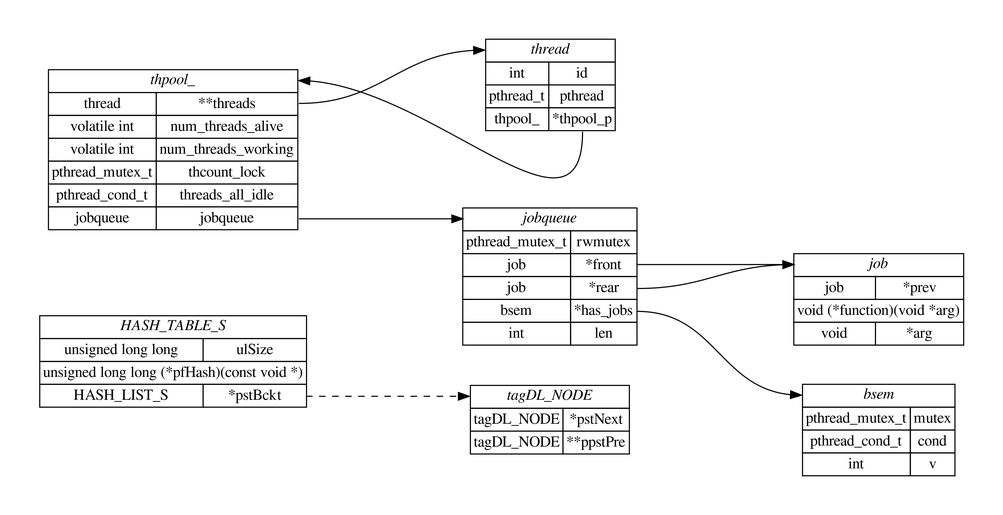
Earlier version of the Graphviz export out.png (Pursue26/c-struct-graphviz). Its source is kept beside it as out.dot.
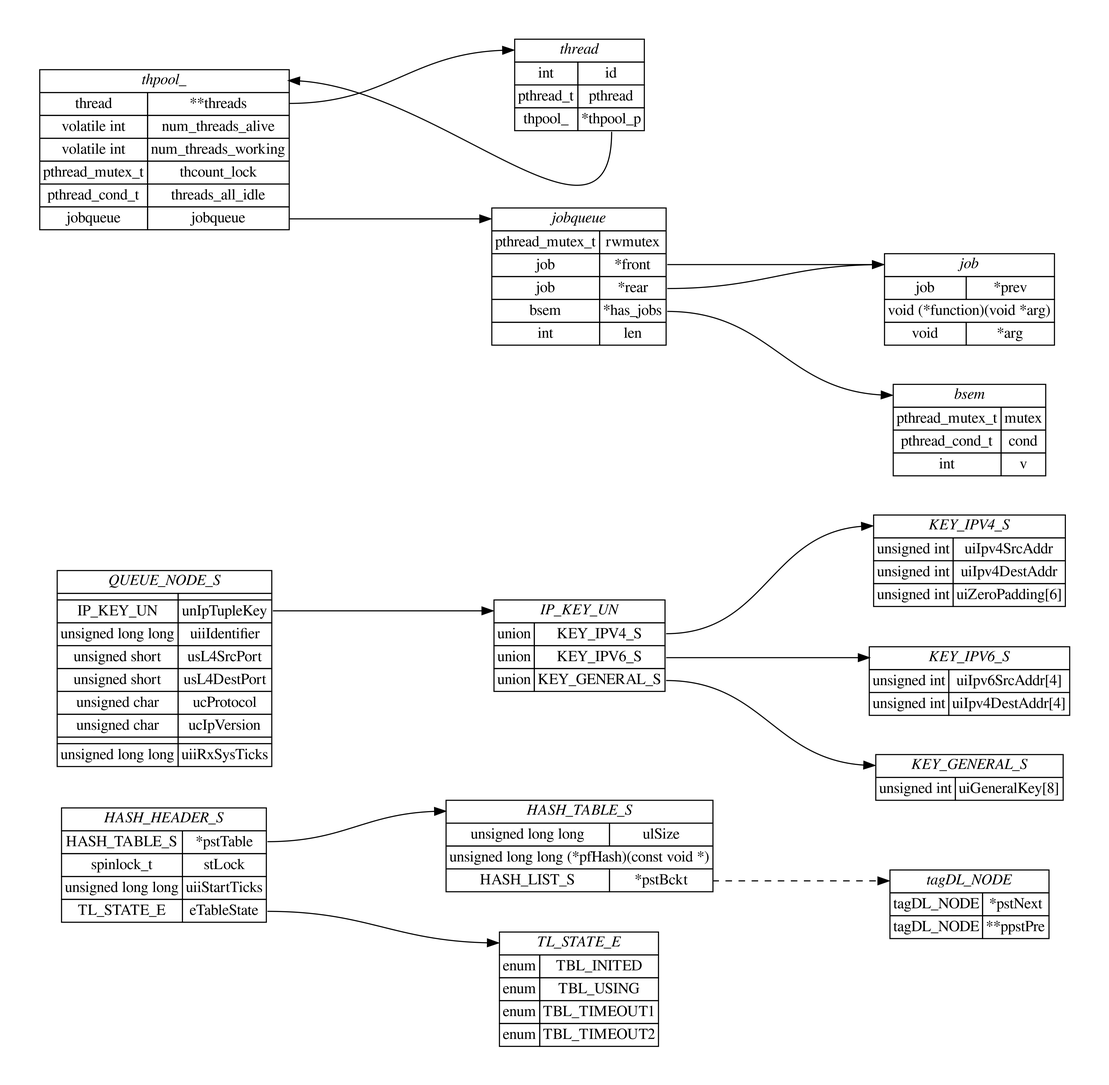
The same file after the commit.

What changed in the source:
```diff
@@ -14,6 +14,60 @@
     <tr><td>unsigned long long</td><td port="ulSize">ulSize</td></tr>
     <tr><td colspan="2" port="pfHash">unsigned long long (*pfHash)(const void *)</td></tr>
     <tr><td>HASH_LIST_S</td><td port="_pstBckt">*pstBckt</td></tr>
+    </table>>];
+    HASH_HEADER_S [label=<
+        <table border="0" cellborder="1" cellspacing="0">
+        <tr><td colspan="2" port="head"><i>HASH_HEADER_S</i></td></tr>
+    <tr><td>HASH_TABLE_S</td><td port="_pstTable">*pstTable</td></tr>
+    <tr><td>spinlock_t</td><td port="stLock">stLock</td></tr>
+    <tr><td>unsigned long long</td><td port="uiiStartTicks">uiiStartTicks</td></tr>
+    <tr><td>TL_STATE_E</td><td port="eTableState">eTableState</td></tr>
+    </table>>];
+    QUEUE_NODE_S [label=<
+        <table border="0" cellborder="1" cellspacing="0">
+        <tr><td colspan="2" port="head"><i>QUEUE_NODE_S</i></td></tr>
+    <tr><td></td><td port=""></td></tr>
+    <tr><td>IP_KEY_UN</td><td port="unIpTupleKey">unIpTupleKey</td></tr>
+    <tr><td>unsigned long long</td><td port="uiiIdentifier">uiiIdentifier</td></tr>
+    <tr><td>unsigned short</td><td port="usL4SrcPort">usL4SrcPort</td></tr>
+    <tr><td>unsigned short</td><td port="usL4DestPort">usL4DestPort</td></tr>
+    <tr><td>unsigned char</td><td port="ucProtocol">ucProtocol</td></tr>
+    <tr><td>unsigned char</td><td port="ucIpVersion">ucIpVersion</td></tr>
+    <tr><td></td><td port=""></td></tr>
+    <tr><td>unsigned long long</td><td port="uiiRxSysTicks">uiiRxSysTicks</td></tr>
+    </table>>];
+    IP_KEY_UN [label=<
+        <table border="0" cellborder="1" cellspacing="0">
+        <tr><td colspan="2" port="head"><i>IP_KEY_UN</i></td></tr>
+    <tr><td>union</td><td port="KEY_IPV4_S">KEY_IPV4_S</td></tr>
+    <tr><td>union</td><td port="KEY_IPV6_S">KEY_IPV6_S</td></tr>
+    <tr><td>union</td><td port="KEY_GENERAL_S">KEY_GENERAL_S</td></tr>
+    </table>>];
+    KEY_GENERAL_S [label=<
+        <table border="0" cellborder="1" cellspacing="0">
+        <tr><td colspan="2" port="head"><i>KEY_GENERAL_S</i></td></tr>
+    <tr><td>unsigned int</td><td port="uiGeneralKey_8_">uiGeneralKey[8]</td></tr>
+    </table>>];
+    KEY_IPV6_S [label=<
+        <table border="0" cellborder="1" cellspacing="0">
+        <tr><td colspan="2" port="head"><i>KEY_IPV6_S</i></td></tr>
+    <tr><td>unsigned int</td><td port="uiIpv6SrcAddr_4_">uiIpv6SrcAddr[4]</td></tr>
+    <tr><td>unsigned int</td><td port="uiIpv4DestAddr_4_">uiIpv4DestAddr[4]</td></tr>
+    </table>>];
+    KEY_IPV4_S [label=<
+        <table border="0" cellborder="1" cellspacing="0">
+        <tr><td colspan="2" port="head"><i>KEY_IPV4_S</i></td></tr>
+    <tr><td>unsigned int</td><td port="uiIpv4SrcAddr">uiIpv4SrcAddr</td></tr>
+    <tr><td>unsigned int</td><td port="uiIpv4DestAddr">uiIpv4DestAddr</td></tr>
+    <tr><td>unsigned int</td><td port="uiZeroPadding_6_">uiZeroPadding[6]</td></tr>
+    </table>>];
+    TL_STATE_E [label=<
+        <table border="0" cellborder="1" cellspacing="0">
+        <tr><td colspan="2" port="head"><i>TL_STATE_E</i></td></tr>
+    <tr><td>enum</td><td port="TBL_INITED">TBL_INITED</td></tr>
+    <tr><td>enum</td><td port="TBL_USING">TBL_USING</td></tr>
+    <tr><td>enum</td><td port="TBL_TIMEOUT1">TBL_TIMEOUT1</td></tr>
+    <tr><td>enum</td><td port="TBL_TIMEOUT2">TBL_TIMEOUT2</td></tr>
     </table>>];
     thpool_ [label=<
         <table border="0" cellborder="1" cellspacing="0">
@@ -58,6 +112,12 @@
     tagDL_NODE:_pstNext->tagDL_NODE:head [style="invis"]
     tagDL_NODE:__ppstPre->tagDL_NODE:head [style="invis"]
     HASH_TABLE_S:_pstBckt->tagDL_NODE:head [style="dashed"]
+    HASH_HEADER_S:_pstTable->HASH_TABLE_S:head [style="solid"]
+    HASH_HEADER_S:eTableState->TL_STATE_E:head [style="solid"]
+    QUEUE_NODE_S:unIpTupleKey->IP_KEY_UN:head [style="solid"]
+    IP_KEY_UN:KEY_IPV4_S->KEY_IPV4_S:head
+    IP_KEY_UN:KEY_IPV6_S->KEY_IPV6_S:head
+    IP_KEY_UN:KEY_GENERAL_S->KEY_GENERAL_S:head
     thpool_:__threads->thread:head [style="solid"]
     thpool_:jobqueue->jobqueue:head [style="solid"]
     thread:_thpool_p->thpool_:head [style="solid"]
```
